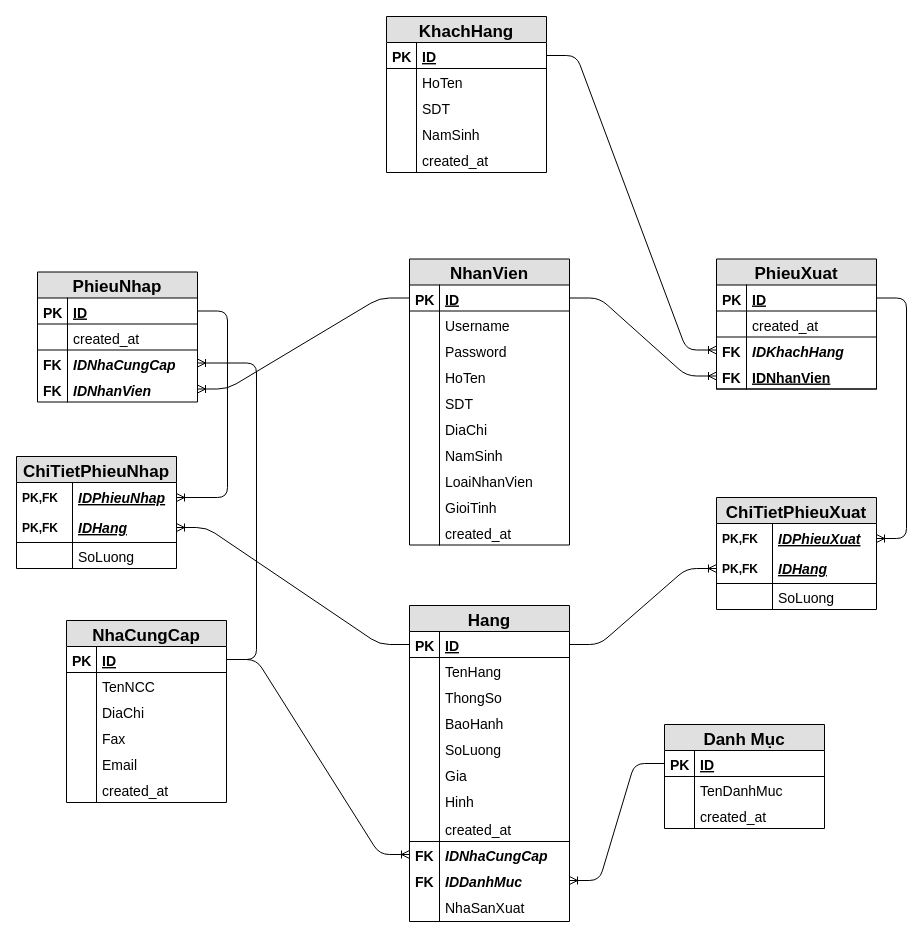
Before: DatabaseAnalyst/final/edit/SoDoThucTheLienKet.drawio in thienqnpro02/school, a draw.io diagram. Source tidied: cells renumbered, new cells numbered last; positions are measured from the earlier drawing's top-left corner, leaving out a move shared by most shapes. Both pictures are drawn from the tidied source at 100%, with x=0, y=0 at pixel (16, 16).
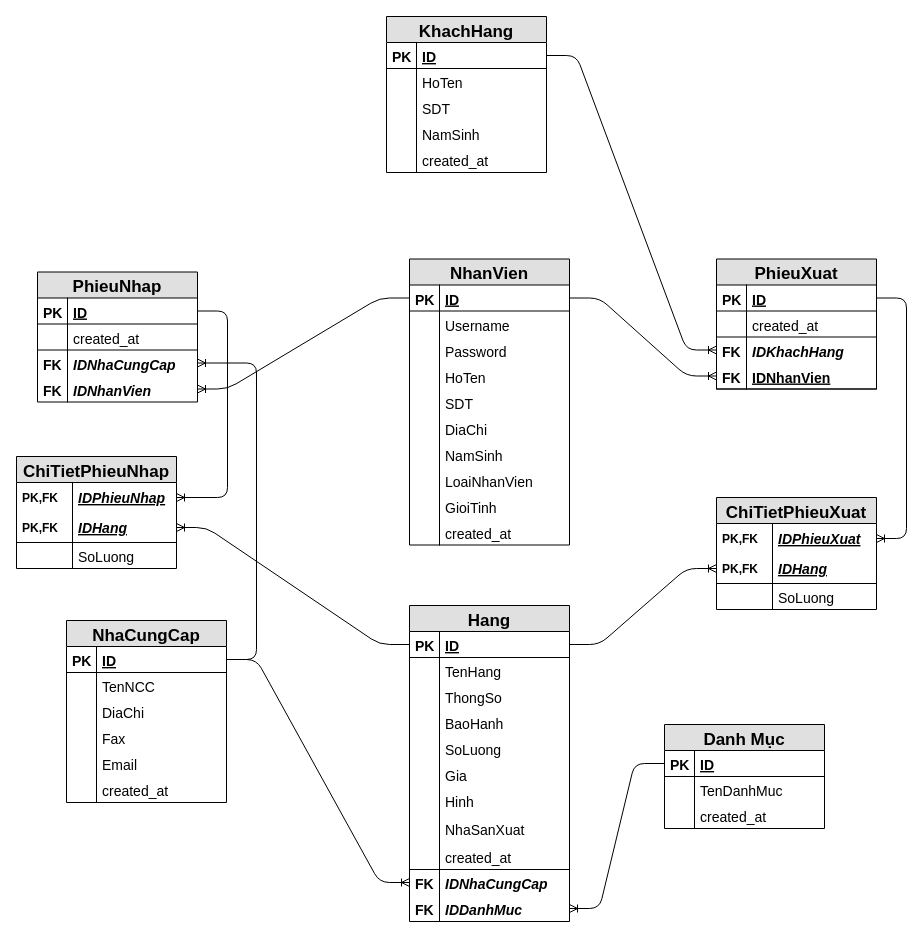
After the change.

The change refers to these unchanged cells:
```xml
<mxCell id="24" value="Hang" style="swimlane;fontStyle=1;horizontal=1;startSize=26;fillColor=#e0e0e0;swimlaneFillColor=#ffffff;align=center;fontSize=17;" parent="1" vertex="1">
  <mxGeometry x="393" y="589" width="160" height="316" as="geometry" />
</mxCell>
```

Change to the diagram source:
```diff
@@
+    <mxCell id="45" value="NhaSanXuat" style="shape=partialRectangle;top=0;left=0;right=0;bottom=0;align=left;verticalAlign=top;fillColor=none;spacingLeft=34;spacingRight=4;overflow=hidden;fontSize=14;" parent="24" vertex="1">
+      <mxGeometry y="210" width="160" height="28" as="geometry" />
+    </mxCell>
+    <mxCell id="46" style="shape=partialRectangle;top=0;left=0;bottom=0;fillColor=none;align=left;verticalAlign=top;spacingLeft=4;spacingRight=4;overflow=hidden;fontSize=12;" parent="45" vertex="1">
+      <mxGeometry width="30" height="28" as="geometry" />
+    </mxCell>
     <mxCell id="39" value="created_at" style="shape=partialRectangle;top=0;left=0;right=0;bottom=1;align=left;verticalAlign=top;fillColor=none;spacingLeft=34;spacingRight=4;overflow=hidden;fontSize=14;" parent="24" vertex="1">
-      <mxGeometry y="210" width="160" height="26" as="geometry" />
+      <mxGeometry y="238" width="160" height="26" as="geometry" />
     </mxCell>
@@
     <mxCell id="41" value="IDNhaCungCap" style="shape=partialRectangle;top=0;left=0;right=0;bottom=0;align=left;verticalAlign=top;fillColor=none;spacingLeft=34;spacingRight=4;overflow=hidden;points=[[0,0.5],[1,0.5]];portConstraint=eastwest;fontSize=14;fontStyle=3;" parent="24" vertex="1">
-      <mxGeometry y="236" width="160" height="26" as="geometry" />
+      <mxGeometry y="264" width="160" height="26" as="geometry" />
     </mxCell>
-    <mxCell id="42" value="FK" style="shape=partialRectangle;top=0;left=0;bottom=0;fillColor=none;align=left;verticalAlign=top;spacingLeft=4;spacingRight=4;overflow=hidden;fontSize=14;fontStyle=1;" parent="41" vertex="1">
-      <mxGeometry width="30" height="26" as="geometry" />
-    </mxCell>
+    <mxCell id="119" value="FK" style="shape=partialRectangle;top=0;left=0;bottom=0;fillColor=none;align=left;verticalAlign=top;spacingLeft=4;spacingRight=4;overflow=hidden;fontSize=14;fontStyle=1;" parent="41" vertex="1">
+      <mxGeometry width="30" height="26" as="geometry" />
+    </mxCell>
     <mxCell id="43" value="IDDanhMuc" style="shape=partialRectangle;top=0;left=0;right=0;bottom=0;align=left;verticalAlign=top;fillColor=none;spacingLeft=34;spacingRight=4;overflow=hidden;points=[[0,0.5],[1,0.5]];portConstraint=eastwest;fontSize=14;fontStyle=3;" parent="24" vertex="1">
-      <mxGeometry y="262" width="160" height="26" as="geometry" />
+      <mxGeometry y="290" width="160" height="26" as="geometry" />
     </mxCell>
-    <mxCell id="44" value="FK" style="shape=partialRectangle;top=0;left=0;bottom=0;fillColor=none;align=left;verticalAlign=top;spacingLeft=4;spacingRight=4;overflow=hidden;fontSize=14;fontStyle=1;" parent="43" vertex="1">
-      <mxGeometry width="30" height="26" as="geometry" />
-    </mxCell>
-    <mxCell id="45" value="NhaSanXuat" style="shape=partialRectangle;top=0;left=0;right=0;bottom=0;align=left;verticalAlign=top;fillColor=none;spacingLeft=34;spacingRight=4;overflow=hidden;fontSize=14;" parent="24" vertex="1">
-      <mxGeometry y="288" width="160" height="28" as="geometry" />
-    </mxCell>
-    <mxCell id="46" style="shape=partialRectangle;top=0;left=0;bottom=0;fillColor=none;align=left;verticalAlign=top;spacingLeft=4;spacingRight=4;overflow=hidden;fontSize=12;" parent="45" vertex="1">
-      <mxGeometry width="30" height="28" as="geometry" />
-    </mxCell>
+    <mxCell id="120" value="FK" style="shape=partialRectangle;top=0;left=0;bottom=0;fillColor=none;align=left;verticalAlign=top;spacingLeft=4;spacingRight=4;overflow=hidden;fontSize=14;fontStyle=1;" parent="43" vertex="1">
+      <mxGeometry width="30" height="26" as="geometry" />
+    </mxCell>
```
